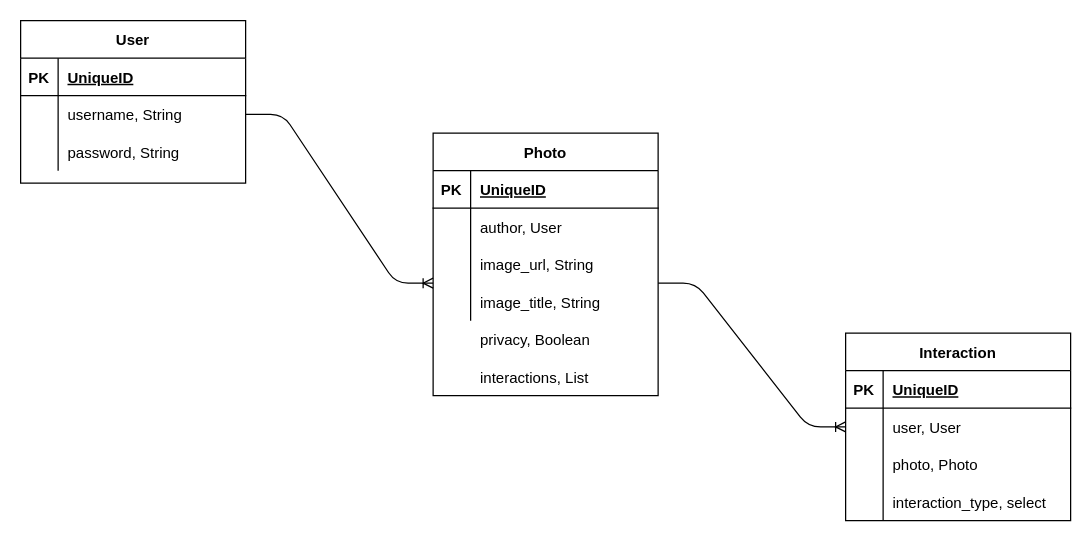
Earlier version of the draw.io diagram media/erd.drawio (chuckchoiboi/snapper). Source tidied: cells renumbered, new cells numbered last; positions are measured from the earlier drawing's top-left corner, leaving out a move shared by most shapes. Both pictures are drawn from the tidied source at 125%, with x=0, y=0 at pixel (20, 20).
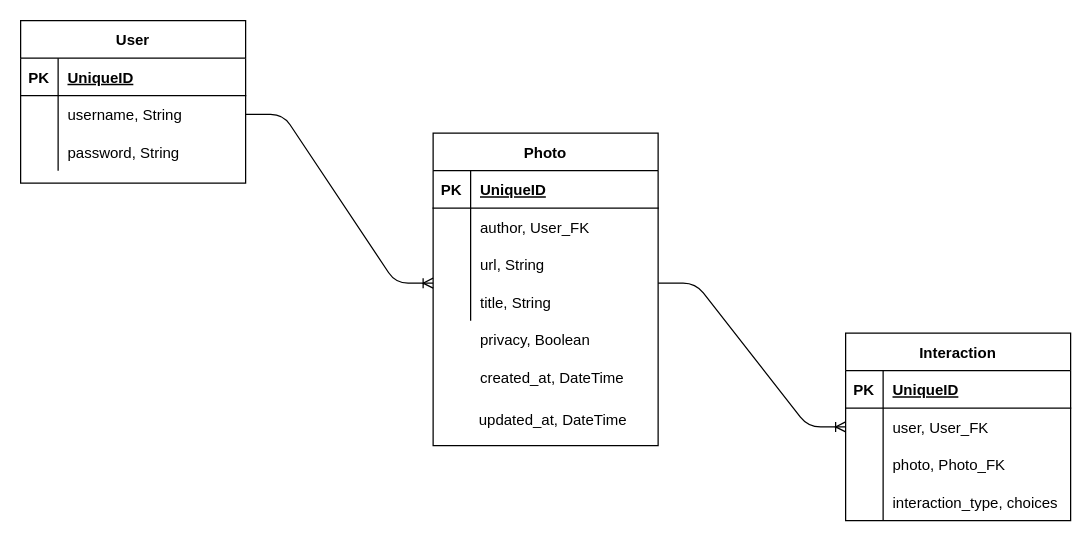
After the change.

The change refers to these unchanged cells:
```xml
<mxCell id="16" style="shape=partialRectangle;fillColor=none;top=0;left=0;bottom=0;right=0;" parent="12" vertex="1">
  <mxGeometry y="60" width="180" height="30" as="geometry" />
</mxCell>
<mxCell id="19" style="shape=partialRectangle;fillColor=none;top=0;left=0;bottom=0;right=0;" parent="12" vertex="1">
  <mxGeometry y="90" width="180" height="30" as="geometry" />
</mxCell>
<mxCell id="22" style="shape=partialRectangle;fillColor=none;top=0;left=0;bottom=0;right=0;" parent="12" vertex="1">
  <mxGeometry y="120" width="180" height="30" as="geometry" />
</mxCell>
<mxCell id="29" style="shape=partialRectangle;fillColor=none;top=0;left=0;bottom=0;right=0;points=[[0,0.5],[1,0.5]];portConstraint=eastwest;" parent="25" vertex="1">
  <mxGeometry y="60" width="180" height="30" as="geometry" />
</mxCell>
<mxCell id="32" style="shape=partialRectangle;fillColor=none;top=0;left=0;bottom=0;right=0;" parent="25" vertex="1">
  <mxGeometry y="90" width="180" height="30" as="geometry" />
</mxCell>
<mxCell id="35" style="shape=partialRectangle;fillColor=none;top=0;left=0;bottom=0;right=0;" parent="25" vertex="1">
  <mxGeometry y="120" width="180" height="30" as="geometry" />
</mxCell>
```

Diff of the diagram source:
```diff
@@
     <mxCell id="12" value="Photo" style="shape=table;startSize=30;childLayout=tableLayout;rowLines=0;fontStyle=1;align=center;" parent="1" vertex="1">
-      <mxGeometry x="330" y="90" width="180" height="210" as="geometry" />
+      <mxGeometry x="330" y="90" width="180" height="250" as="geometry" />
     </mxCell>
@@
-    <mxCell id="18" value="author, User" style="shape=partialRectangle;fillColor=none;top=0;left=0;bottom=0;right=0;align=left;spacingLeft=6;overflow=hidden;" parent="16" vertex="1">
+    <mxCell id="18" value="author, User_FK" style="shape=partialRectangle;fillColor=none;top=0;left=0;bottom=0;right=0;align=left;spacingLeft=6;overflow=hidden;" parent="16" vertex="1">
       <mxGeometry x="30" width="150" height="30" as="geometry" />
     </mxCell>
@@
-    <mxCell id="21" value="image_url, String" style="shape=partialRectangle;fillColor=none;top=0;left=0;bottom=0;right=0;align=left;spacingLeft=6;overflow=hidden;" parent="19" vertex="1">
+    <mxCell id="21" value="url, String" style="shape=partialRectangle;fillColor=none;top=0;left=0;bottom=0;right=0;align=left;spacingLeft=6;overflow=hidden;" parent="19" vertex="1">
       <mxGeometry x="30" width="150" height="30" as="geometry" />
     </mxCell>
@@
-    <mxCell id="24" value="image_title, String" style="shape=partialRectangle;fillColor=none;top=0;left=0;bottom=0;right=0;align=left;spacingLeft=6;overflow=hidden;" parent="22" vertex="1">
+    <mxCell id="24" value="title, String" style="shape=partialRectangle;fillColor=none;top=0;left=0;bottom=0;right=0;align=left;spacingLeft=6;overflow=hidden;" parent="22" vertex="1">
       <mxGeometry x="30" width="150" height="30" as="geometry" />
     </mxCell>
@@
-    <mxCell id="31" value="user, User" style="shape=partialRectangle;fillColor=none;top=0;left=0;bottom=0;right=0;align=left;spacingLeft=6;overflow=hidden;" parent="29" vertex="1">
+    <mxCell id="31" value="user, User_FK" style="shape=partialRectangle;fillColor=none;top=0;left=0;bottom=0;right=0;align=left;spacingLeft=6;overflow=hidden;" parent="29" vertex="1">
       <mxGeometry x="30" width="150" height="30" as="geometry" />
     </mxCell>
@@
-    <mxCell id="34" value="photo, Photo" style="shape=partialRectangle;fillColor=none;top=0;left=0;bottom=0;right=0;align=left;spacingLeft=6;overflow=hidden;" parent="32" vertex="1">
+    <mxCell id="34" value="photo, Photo_FK" style="shape=partialRectangle;fillColor=none;top=0;left=0;bottom=0;right=0;align=left;spacingLeft=6;overflow=hidden;" parent="32" vertex="1">
       <mxGeometry x="30" width="150" height="30" as="geometry" />
     </mxCell>
@@
-    <mxCell id="37" value="interaction_type, select" style="shape=partialRectangle;fillColor=none;top=0;left=0;bottom=0;right=0;align=left;spacingLeft=6;overflow=hidden;" parent="35" vertex="1">
+    <mxCell id="37" value="interaction_type, choices" style="shape=partialRectangle;fillColor=none;top=0;left=0;bottom=0;right=0;align=left;spacingLeft=6;overflow=hidden;" parent="35" vertex="1">
       <mxGeometry x="30" width="150" height="30" as="geometry" />
     </mxCell>
@@
-    <mxCell id="39" value="interactions, List" style="shape=partialRectangle;fillColor=none;top=0;left=0;bottom=0;right=0;align=left;spacingLeft=6;overflow=hidden;" parent="1" vertex="1">
+    <mxCell id="39" value="created_at, DateTime" style="shape=partialRectangle;fillColor=none;top=0;left=0;bottom=0;right=0;align=left;spacingLeft=6;overflow=hidden;" parent="1" vertex="1">
       <mxGeometry x="360" y="270" width="150" height="30" as="geometry" />
     </mxCell>
@@
+    <mxCell id="42" value="updated_at, DateTime" style="shape=partialRectangle;fillColor=none;top=0;left=0;bottom=0;right=0;align=left;spacingLeft=6;overflow=hidden;" parent="1" vertex="1">
+      <mxGeometry x="359" y="304" width="150" height="30" as="geometry" />
+    </mxCell>
```
